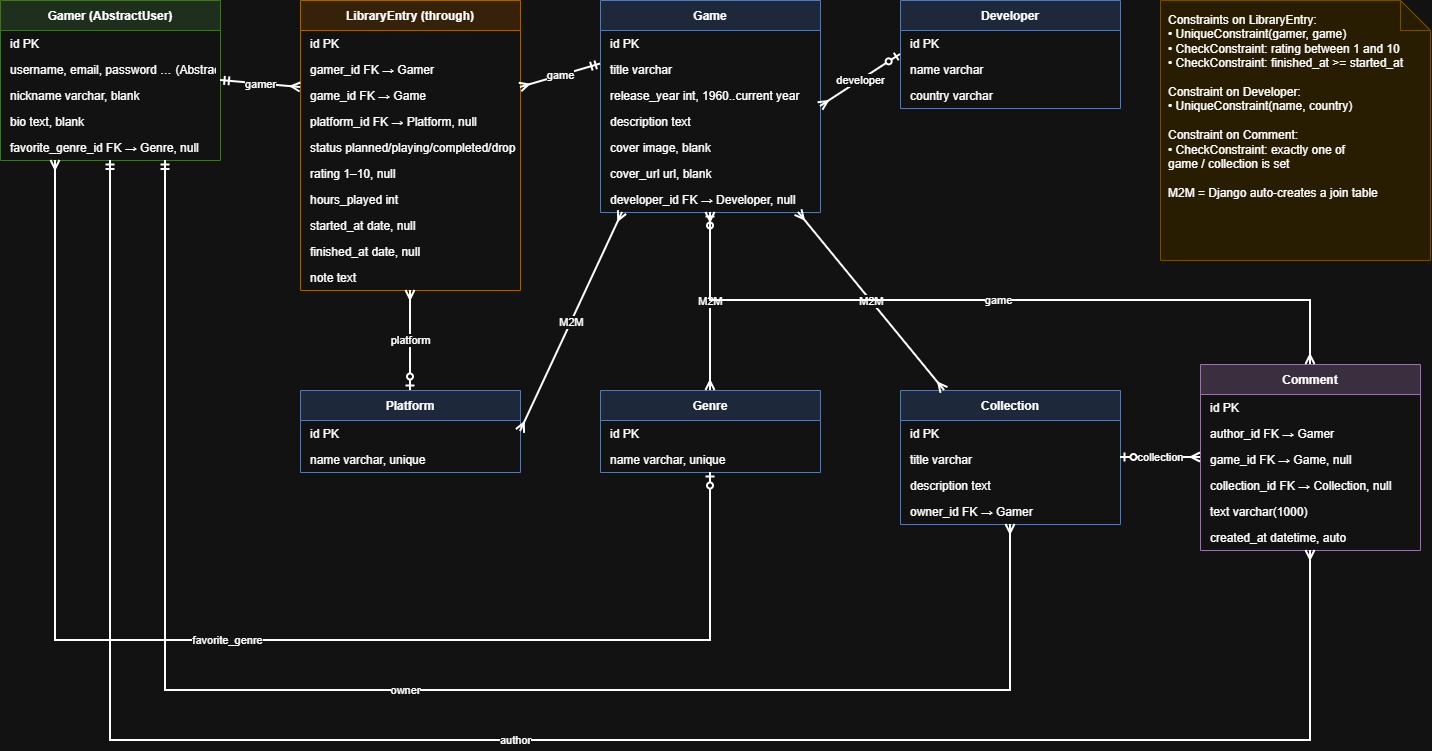
This is docs/backlog_vault_db.png from CemXokenc/backlog_vault, a draw.io export, as it was before one commit. Source tidied: cells renumbered, new cells last; positions are measured from the earlier drawing's top-left corner, leaving out a move shared by most shapes.
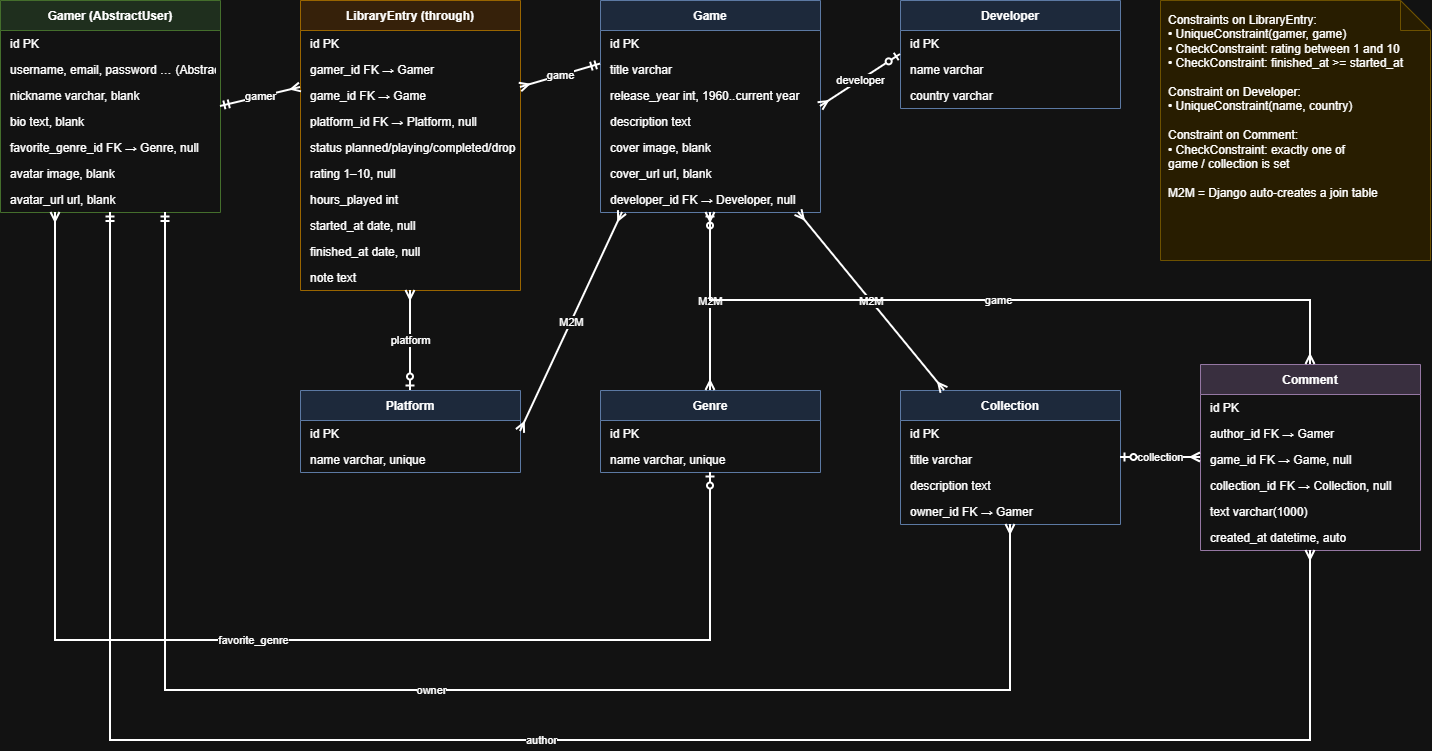
The same file after the commit.

Commit message:
add avatar and avatar_url to Gamer

Change to the diagram source:
```diff
@@ -3,7 +3,7 @@
     <mxCell id="0" />
     <mxCell id="1" parent="0" />
     <mxCell id="2" value="Gamer (AbstractUser)" style="swimlane;fontStyle=1;horizontal=1;startSize=30;fillColor=#d5e8d4;strokeColor=#82b366;" parent="1" vertex="1">
-      <mxGeometry width="220" height="160" as="geometry" />
+      <mxGeometry width="220" height="212" as="geometry" />
     </mxCell>
     <mxCell id="3" value="id  PK" style="text;strokeColor=none;fillColor=none;align=left;verticalAlign=middle;spacingLeft=8;spacingRight=4;overflow=hidden;fontSize=12;" parent="2" vertex="1">
       <mxGeometry y="30" width="220" height="26" as="geometry" />
@@ -20,6 +20,12 @@
     <mxCell id="7" value="favorite_genre_id  FK → Genre, null" style="text;strokeColor=none;fillColor=none;align=left;verticalAlign=middle;spacingLeft=8;spacingRight=4;overflow=hidden;fontSize=12;" parent="2" vertex="1">
       <mxGeometry y="134" width="220" height="26" as="geometry" />
     </mxCell>
+    <mxCell id="62" value="avatar image, blank" style="text;strokeColor=none;fillColor=none;align=left;verticalAlign=middle;spacingLeft=8;spacingRight=4;overflow=hidden;fontSize=12;" parent="2" vertex="1">
+      <mxGeometry y="160" width="220" height="26" as="geometry" />
+    </mxCell>
+    <mxCell id="63" value="avatar_url url, blank" style="text;strokeColor=none;fillColor=none;align=left;verticalAlign=middle;spacingLeft=8;spacingRight=4;overflow=hidden;fontSize=12;" parent="2" vertex="1">
+      <mxGeometry y="186" width="220" height="26" as="geometry" />
+    </mxCell>
     <mxCell id="8" value="LibraryEntry (through)" style="swimlane;fontStyle=1;horizontal=1;startSize=30;fillColor=#ffe6cc;strokeColor=#d79b00;" parent="1" vertex="1">
       <mxGeometry x="300" width="220" height="290" as="geometry" />
     </mxCell>
```
